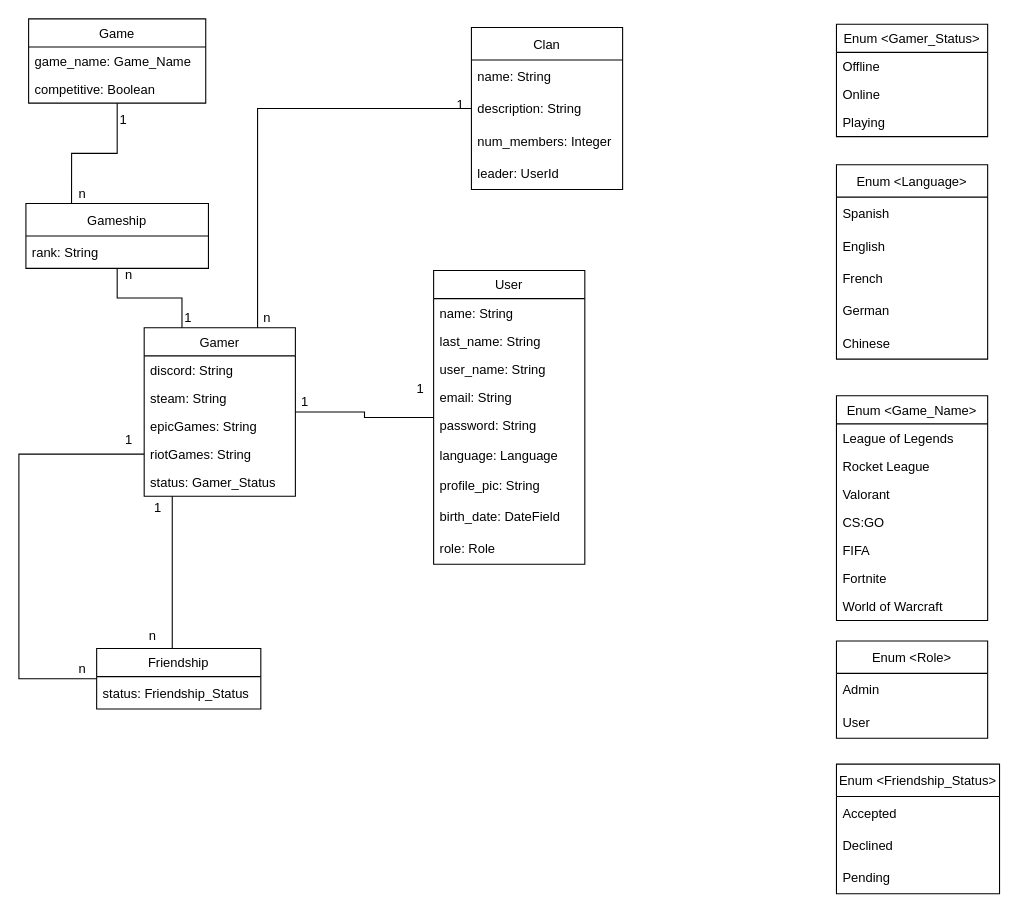
javmarjae/TFG keeps this draw.io diagram as Documentación/UML.drawio. Above is the earlier version. Source tidied: cells renumbered, new cells numbered last; positions are measured from the earlier drawing's top-left corner, leaving out a move shared by most shapes. Both pictures are drawn from the tidied source at 108%, with x=0, y=0 at pixel (18, 18).
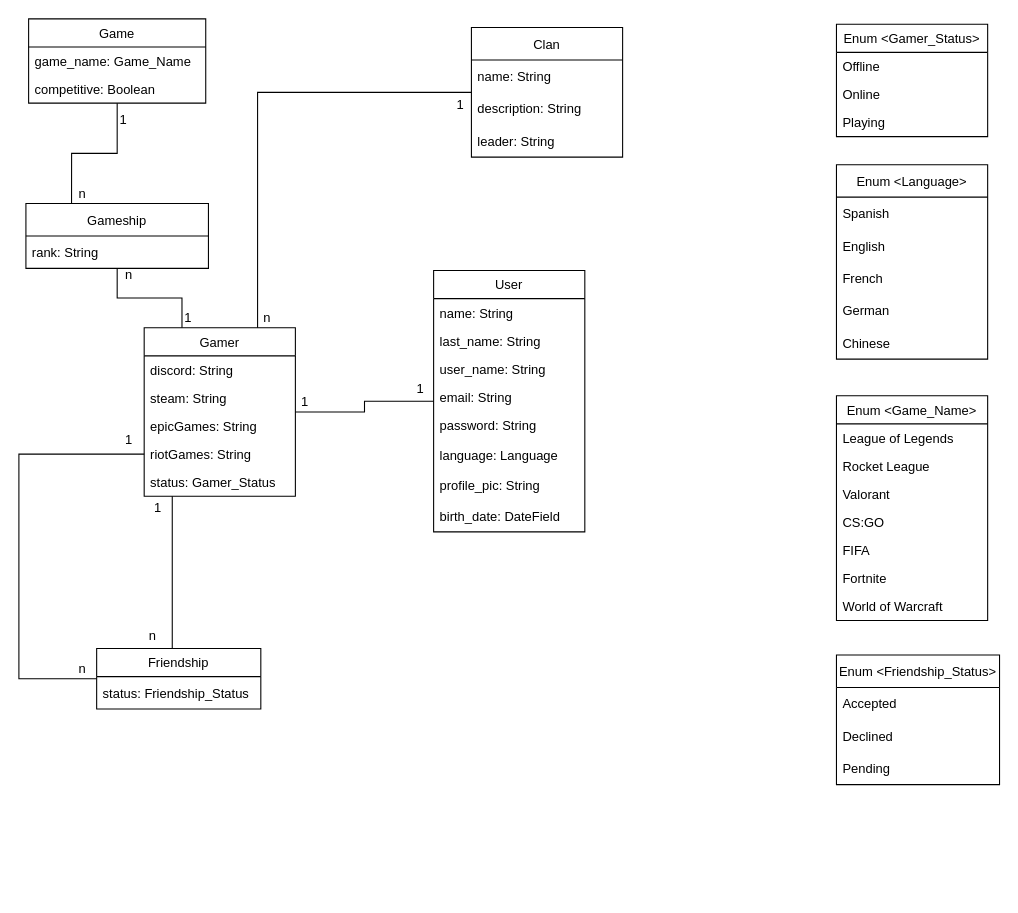
Above is the later version.

Change to the diagram source:
```diff
@@
     <mxCell id="3" value="User" style="swimlane;fontStyle=0;horizontal=1;startSize=26;fillColor=none;" parent="1" vertex="1">
-      <mxGeometry x="384" y="233" width="140" height="272" as="geometry" />
+      <mxGeometry x="384" y="233" width="140" height="242" as="geometry" />
     </mxCell>
@@
-    <mxCell id="12" value="role: Role" style="text;strokeColor=none;fillColor=none;align=left;verticalAlign=middle;spacingLeft=4;spacingRight=4;overflow=hidden;" parent="3" vertex="1">
-      <mxGeometry y="242" width="140" height="30" as="geometry" />
-    </mxCell>
@@
     <mxCell id="36" value="Clan" style="swimlane;fontStyle=0;horizontal=1;startSize=30;" parent="1" vertex="1">
-      <mxGeometry x="419" y="8" width="140" height="150" as="geometry" />
+      <mxGeometry x="419" y="8" width="140" height="120" as="geometry" />
     </mxCell>
@@
-    <mxCell id="39" value="num_members: Integer" style="text;strokeColor=none;fillColor=none;align=left;verticalAlign=middle;spacingLeft=4;spacingRight=4;overflow=hidden;" parent="36" vertex="1">
-      <mxGeometry y="90" width="140" height="30" as="geometry" />
-    </mxCell>
-    <mxCell id="40" value="leader: UserId" style="text;strokeColor=none;fillColor=none;align=left;verticalAlign=middle;spacingLeft=4;spacingRight=4;overflow=hidden;" parent="36" vertex="1">
-      <mxGeometry y="120" width="140" height="30" as="geometry" />
+    <mxCell id="40" value="leader: String" style="text;strokeColor=none;fillColor=none;align=left;verticalAlign=middle;spacingLeft=4;spacingRight=4;overflow=hidden;" parent="36" vertex="1">
+      <mxGeometry y="90" width="140" height="30" as="geometry" />
     </mxCell>
@@
-    <mxCell id="53" value="Enum &lt;Role&gt;" style="swimlane;fontStyle=0;horizontal=1;startSize=30;" parent="1" vertex="1">
-      <mxGeometry x="757" y="576" width="140" height="90" as="geometry" />
-    </mxCell>
-    <mxCell id="54" value="Admin" style="text;strokeColor=none;fillColor=none;align=left;verticalAlign=middle;spacingLeft=4;spacingRight=4;overflow=hidden;" parent="53" vertex="1">
-      <mxGeometry y="30" width="140" height="30" as="geometry" />
-    </mxCell>
-    <mxCell id="55" value="User" style="text;strokeColor=none;fillColor=none;align=left;verticalAlign=middle;spacingLeft=4;spacingRight=4;overflow=hidden;" parent="53" vertex="1">
-      <mxGeometry y="60" width="140" height="30" as="geometry" />
-    </mxCell>
@@
     <mxCell id="69" value="Enum &lt;Friendship_Status&gt;" style="swimlane;fontStyle=0;horizontal=1;startSize=30;" parent="1" vertex="1">
-      <mxGeometry x="757" y="690" width="151" height="120" as="geometry" />
+      <mxGeometry x="757" y="589" width="151" height="120" as="geometry" />
     </mxCell>
```
